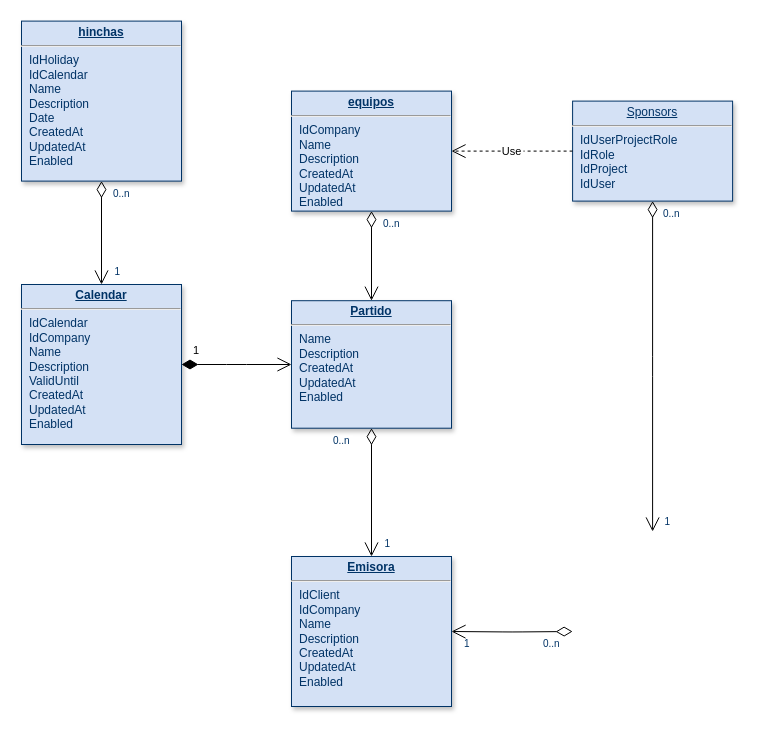
The draw.io diagram Untitled Diagram.drawio in tomiivazqueznwn12/database_platzi, before the edit. Source tidied: cells renumbered, new cells numbered last; positions are measured from the earlier drawing's top-left corner, leaving out a move shared by most shapes. Both pictures are drawn from the tidied source at 100%, with x=0, y=0 at pixel (21, 21).
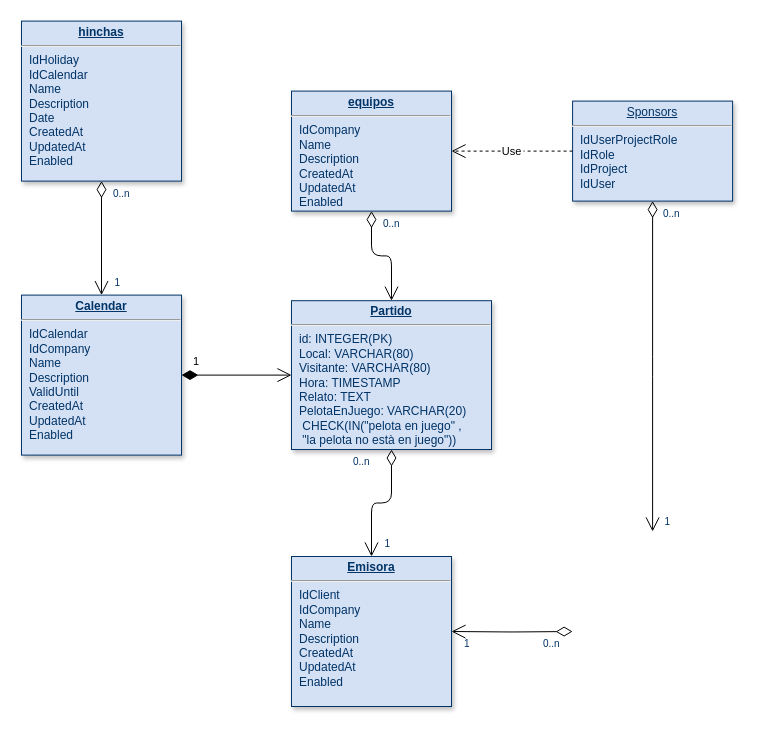
The same page after the edit.

The edit, as a diff of the source:
```diff
@@
-    <mxCell id="3" value="&lt;p style=&quot;margin: 0px ; margin-top: 4px ; text-align: center ; text-decoration: underline&quot;&gt;&lt;b&gt;Partido&lt;/b&gt;&lt;/p&gt;&lt;hr&gt;&lt;p style=&quot;margin: 0px ; margin-left: 8px&quot;&gt;Name&lt;/p&gt;&lt;p style=&quot;margin: 0px ; margin-left: 8px&quot;&gt;Description&lt;/p&gt;&lt;p style=&quot;margin: 0px ; margin-left: 8px&quot;&gt;CreatedAt&lt;/p&gt;&lt;p style=&quot;margin: 0px ; margin-left: 8px&quot;&gt;UpdatedAt&lt;/p&gt;&lt;p style=&quot;margin: 0px ; margin-left: 8px&quot;&gt;Enabled&lt;/p&gt;" style="verticalAlign=top;align=left;overflow=fill;fontSize=12;fontFamily=Helvetica;html=1;strokeColor=#003366;shadow=1;fillColor=#D4E1F5;fontColor=#003366;" parent="1" vertex="1">
-      <mxGeometry x="270" y="279.2" width="160" height="127.5" as="geometry" />
+    <mxCell id="3" value="&lt;p style=&quot;margin: 0px ; margin-top: 4px ; text-align: center ; text-decoration: underline&quot;&gt;&lt;b&gt;Partido&lt;/b&gt;&lt;/p&gt;&lt;hr&gt;&lt;p style=&quot;margin: 0px ; margin-left: 8px&quot;&gt;id: INTEGER(PK)&lt;/p&gt;&lt;p style=&quot;margin: 0px ; margin-left: 8px&quot;&gt;Local: VARCHAR(80)&lt;/p&gt;&lt;p style=&quot;margin: 0px ; margin-left: 8px&quot;&gt;Visitante: VARCHAR(80)&lt;/p&gt;&lt;p style=&quot;margin: 0px ; margin-left: 8px&quot;&gt;Hora: TIMESTAMP&lt;/p&gt;&lt;p style=&quot;margin: 0px ; margin-left: 8px&quot;&gt;Relato: TEXT&lt;/p&gt;&lt;p style=&quot;margin: 0px ; margin-left: 8px&quot;&gt;PelotaEnJuego:&amp;nbsp;&lt;span&gt;VARCHAR(20)&lt;/span&gt;&lt;/p&gt;&lt;p style=&quot;margin: 0px ; margin-left: 8px&quot;&gt;&lt;span&gt;&lt;span style=&quot;white-space: pre&quot;&gt; &lt;/span&gt;CHECK(IN(&quot;pelota en juego&quot; ,&lt;/span&gt;&lt;/p&gt;&lt;p style=&quot;margin: 0px ; margin-left: 8px&quot;&gt;&lt;span&gt;&lt;span style=&quot;white-space: pre&quot;&gt; &lt;/span&gt;&quot;la pelota no està en juego&quot;))&lt;/span&gt;&lt;/p&gt;" style="verticalAlign=top;align=left;overflow=fill;fontSize=12;fontFamily=Helvetica;html=1;strokeColor=#003366;shadow=1;fillColor=#D4E1F5;fontColor=#003366;" parent="1" vertex="1">
+      <mxGeometry x="270" y="279.2" width="200" height="148.8" as="geometry" />
     </mxCell>
     <mxCell id="4" value="&lt;p style=&quot;margin: 0px; margin-top: 4px; text-align: center; text-decoration: underline;&quot;&gt;&lt;strong&gt;Calendar&lt;/strong&gt;&lt;/p&gt;&lt;hr /&gt;&lt;p style=&quot;margin: 0px; margin-left: 8px;&quot;&gt;IdCalendar&lt;/p&gt;&lt;p style=&quot;margin: 0px; margin-left: 8px;&quot;&gt;IdCompany&lt;/p&gt;&lt;p style=&quot;margin: 0px; margin-left: 8px;&quot;&gt;Name&lt;/p&gt;&lt;p style=&quot;margin: 0px; margin-left: 8px;&quot;&gt;Description&lt;/p&gt;&lt;p style=&quot;margin: 0px; margin-left: 8px;&quot;&gt;ValidUntil&lt;/p&gt;&lt;p style=&quot;margin: 0px; margin-left: 8px;&quot;&gt;CreatedAt&lt;/p&gt;&lt;p style=&quot;margin: 0px; margin-left: 8px;&quot;&gt;UpdatedAt&lt;/p&gt;&lt;p style=&quot;margin: 0px; margin-left: 8px;&quot;&gt;Enabled&lt;/p&gt;" style="verticalAlign=top;align=left;overflow=fill;fontSize=12;fontFamily=Helvetica;html=1;strokeColor=#003366;shadow=1;fillColor=#D4E1F5;fontColor=#003366;" parent="1" vertex="1">
-      <mxGeometry y="263" width="160" height="160" as="geometry" />
+      <mxGeometry y="273.6" width="160" height="160" as="geometry" />
     </mxCell>
```
